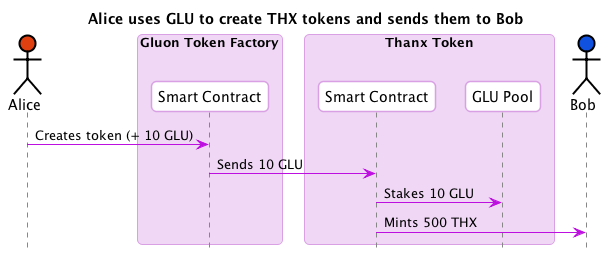
This is flows/a-glu-create-thx-b.png from gluon-project/gluon-specs, a PlantUML export, as it was before one commit.
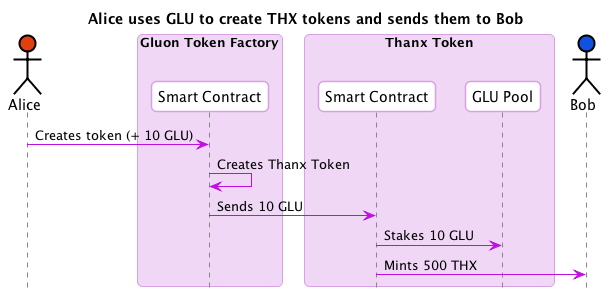
After the change.

Diff of the diagram source:
```diff
@@ -38,6 +38,7 @@
 actor Bob #1051E0
 
 Alice -> GluonFactorySC : Creates token (+ 10 GLU)
+GluonFactorySC -> GluonFactorySC : Creates Thanx Token
 GluonFactorySC -> ThanxSC : Sends 10 GLU
 
 ThanxSC -> THXGLUPool : Stakes 10 GLU
```
